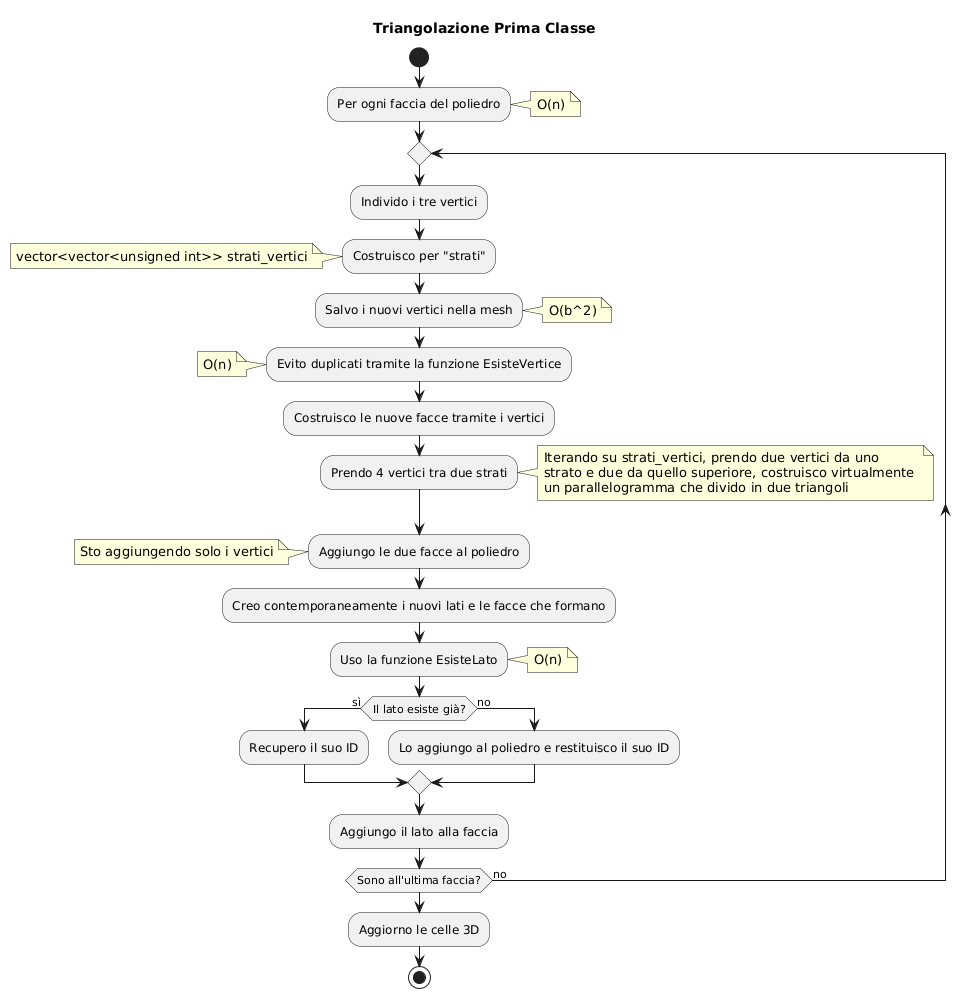
Before: Documentazione/TriangolazioneClasse1.png, a diagram exported from PlantUML (UldericoGuzzardi/ProgettoPCS2025). The source it was exported from:
```plantuml
@startuml
title Triangolazione Prima Classe

start
   :Per ogni faccia del poliedro;

   note right
   O(n)
   end note

   repeat
   :Individo i tre vertici;
   :Costruisco per "strati";

   note left
   vector<vector<unsigned int>> strati_vertici
   end note

   :Salvo i nuovi vertici nella mesh;
   note right
   O(b^2)
   end note

   :Evito duplicati tramite la funzione EsisteVertice;

   note left
   O(n)
   end note

   :Costruisco le nuove facce tramite i vertici;
   :Prendo 4 vertici tra due strati;

   note right
   Iterando su strati_vertici, prendo due vertici da uno
   strato e due da quello superiore, costruisco virtualmente
   un parallelogramma che divido in due triangoli
   end note

   :Aggiungo le due facce al poliedro;

   note left
   Sto aggiungendo solo i vertici
   end note

   :Creo contemporaneamente i nuovi lati e le facce che formano;
   :Uso la funzione EsisteLato;

   note right
   O(n)
   end note

   if (Il lato esiste già?) then (sì)
     :Recupero il suo ID;

   else (no)
     :Lo aggiungo al poliedro e restituisco il suo ID;

   endif
   :Aggiungo il lato alla faccia;

   repeat while (Sono all'ultima faccia?) is (no)
   :Aggiorno le celle 3D;
stop
@enduml
```
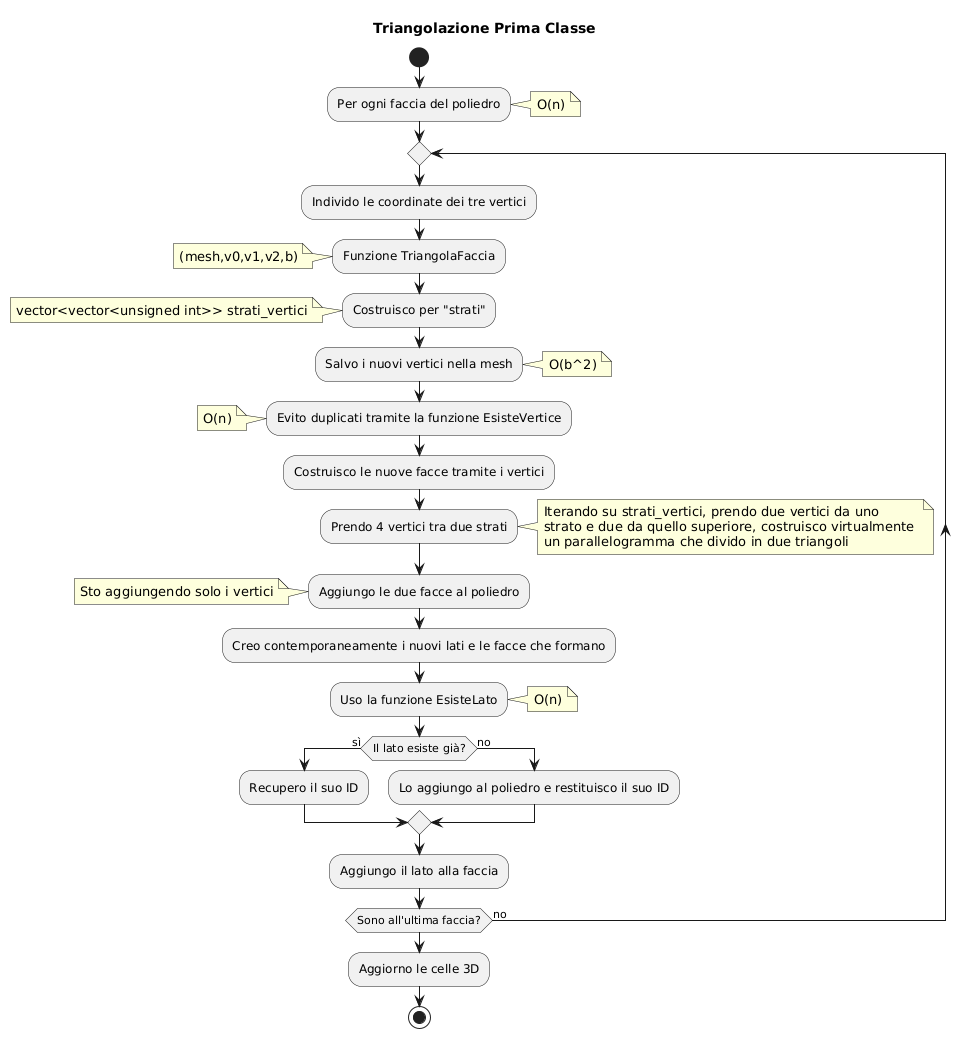
The same diagram one commit later.

Diff of the diagram source:
```diff
@@ -8,8 +8,15 @@
    O(n)
    end note
 
+
    repeat
-   :Individo i tre vertici;
+
+   :Individo le coordinate dei tre vertici;
+
+   :Funzione TriangolaFaccia;
+   note left
+   (mesh,v0,v1,v2,b)
+   end note
    :Costruisco per "strati";
 
    note left
@@ -22,7 +29,6 @@
    end note
 
    :Evito duplicati tramite la funzione EsisteVertice;
-
    note left
    O(n)
    end note
```
